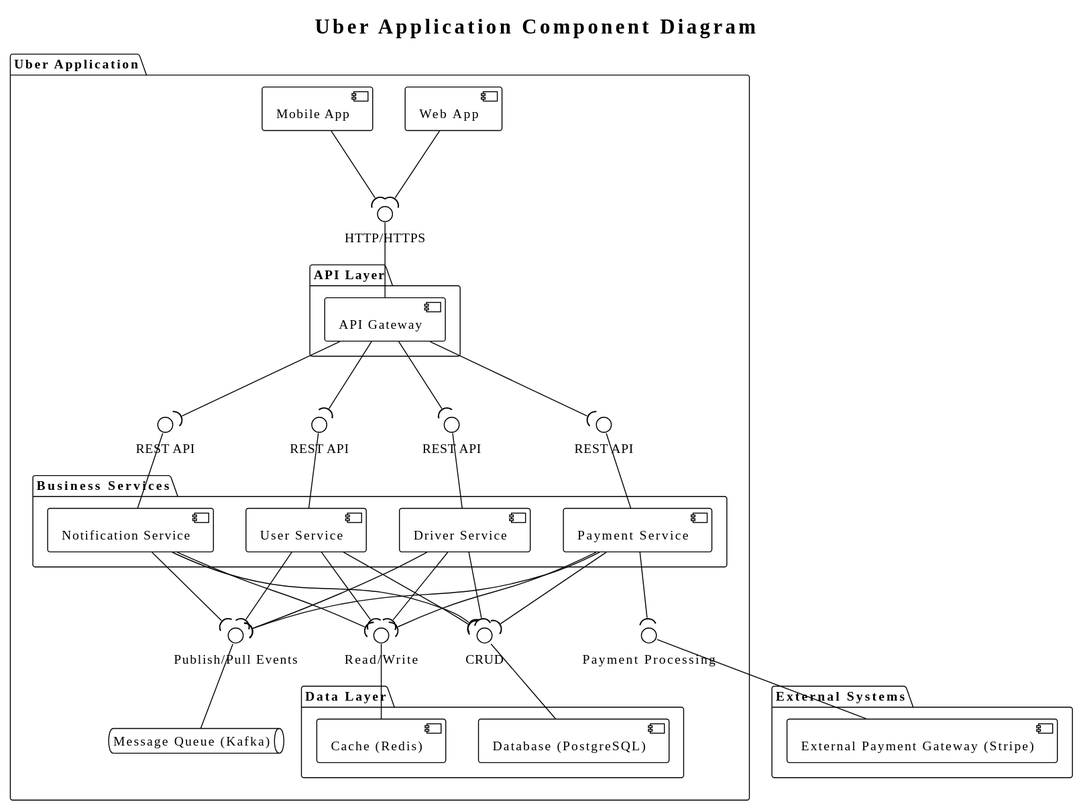
Above: docs/diagrams/out/yandex-go/architecture-component/Component Diagram.svg in inno-se-toolkit/se-toolkit-lab-4 (PlantUML), before the change.
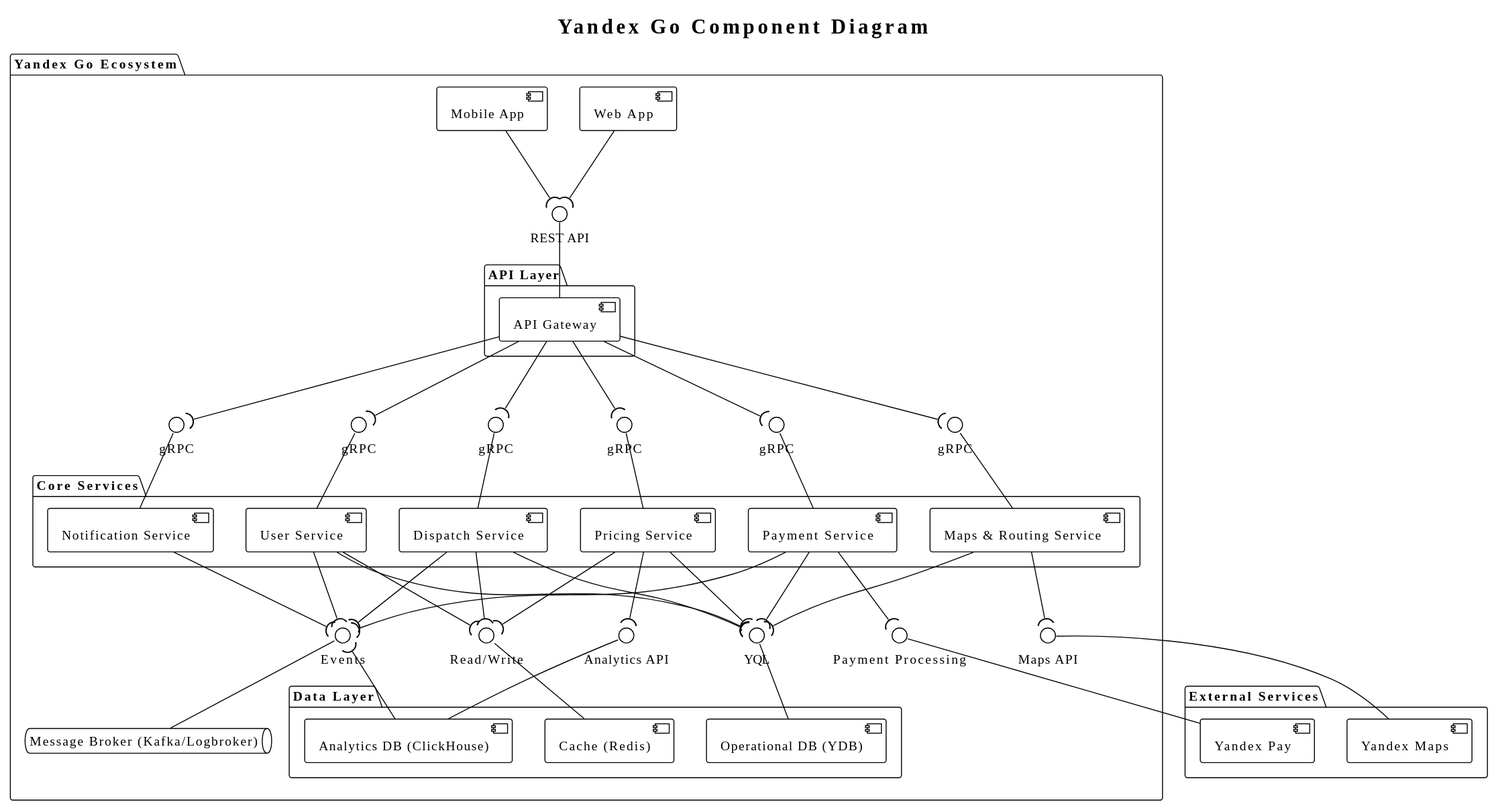
The same file after the commit.

Change to the diagram source:
```diff
@@ -1,9 +1,9 @@
 @startuml
 !theme plain
 
-title Uber Application Component Diagram
+title Yandex Go Component Diagram
 
-package "Uber Application" {
+package "Yandex Go Ecosystem" {
   [Mobile App] as mobile_app
   [Web App] as web_app
 
@@ -11,73 +11,95 @@
     [API Gateway] as api_gateway
   }
 
-  package "Business Services" {
+  package "Core Services" {
     [User Service] as user_service
     [Payment Service] as payment_service
-    [Driver Service] as driver_service
+    [Dispatch Service] as dispatch_service
+    [Pricing Service] as pricing_service
+    [Maps & Routing Service] as maps_service
     [Notification Service] as notification_service
   }
 
   package "Data Layer" {
-    [Database (PostgreSQL)] as db
+    [Operational DB (YDB)] as db
+    [Analytics DB (ClickHouse)] as analytics
     [Cache (Redis)] as cache
   }
 
-  queue "Message Queue (Kafka)" as queue
+  queue "Message Broker (Kafka/Logbroker)" as queue
 
-  () "HTTP/HTTPS" as http_interface
-  () "CRUD" as db_crud_api
+  () "REST API" as main_api
+  () "YQL" as db_crud_api
   () "Read/Write" as cache_api
-  () "Publish/Pull Events" as queue_api
+  () "Events" as queue_api
 
-  () "REST API" as user_service_rest_api
-  () "REST API" as payment_service_rest_api
-  () "REST API" as driver_service_rest_api
-  () "REST API" as notification_service_rest_api
+  () "gRPC" as user_service_api
+  () "gRPC" as payment_service_api
+  () "gRPC" as dispatch_service_api
+  () "gRPC" as notification_service_api
+  () "gRPC" as pricing_service_api
+  () "gRPC" as maps_service_api
+
 
   () "Payment Processing" as payment_api
 
+  () "Analytics API" as db_analytics_api
 
-  mobile_app -down-( http_interface
-  web_app -down-( http_interface
-  http_interface -down- api_gateway
+  () "Maps API" as maps_api
 
+
+  mobile_app -down-( main_api
+  web_app -down-( main_api
+  main_api -down- api_gateway
 }
 
-package "External Systems" {
-  [External Payment Gateway (Stripe)] as external_payment_gateway
+package "External Services" {
+  [Yandex Pay] as external_payment_gateway
+  [Yandex Maps] as global_maps
 }
 
 
-api_gateway -down-( user_service_rest_api
-api_gateway -down-( payment_service_rest_api
-api_gateway -down-( driver_service_rest_api
-api_gateway -down-( notification_service_rest_api
+api_gateway -down-( user_service_api
+api_gateway -down-( payment_service_api
+api_gateway -down-( dispatch_service_api
+api_gateway -down-( notification_service_api
+api_gateway -down-( pricing_service_api
+api_gateway -down-( maps_service_api
 
-user_service_rest_api -down- user_service
-payment_service_rest_api -down- payment_service
-driver_service_rest_api -down- driver_service
-notification_service_rest_api -down- notification_service
+user_service_api -down- user_service
+payment_service_api -down- payment_service
+dispatch_service_api -down- dispatch_service
+notification_service_api -down- notification_service
+
+pricing_service -up- pricing_service_api
+maps_service -up- maps_service_api
 
 db -up- db_crud_api
+analytics -up- db_analytics_api
 cache -up- cache_api
 queue -up- queue_api
 
 user_service -down-( db_crud_api
 payment_service -down-( db_crud_api
-driver_service -down-( db_crud_api
-notification_service -down-( db_crud_api
+dispatch_service -down-( db_crud_api
+pricing_service -down-( db_crud_api
+maps_service -down-( db_crud_api
+
+pricing_service -down-( db_analytics_api
 
 user_service -down-( cache_api
-payment_service -down-( cache_api
-driver_service -down-( cache_api
-notification_service -down-( cache_api
+dispatch_service -down-( cache_api
+pricing_service -down-( cache_api
 
 user_service -down-( queue_api
+analytics -up-( queue_api
 payment_service -down-( queue_api
-driver_service -down-( queue_api
+dispatch_service -down-( queue_api
 notification_service -down-( queue_api
 
 payment_service -down-( payment_api
 payment_api -down- external_payment_gateway
+
+maps_service -down-( maps_api
+global_maps -up- maps_api
 @enduml
```
